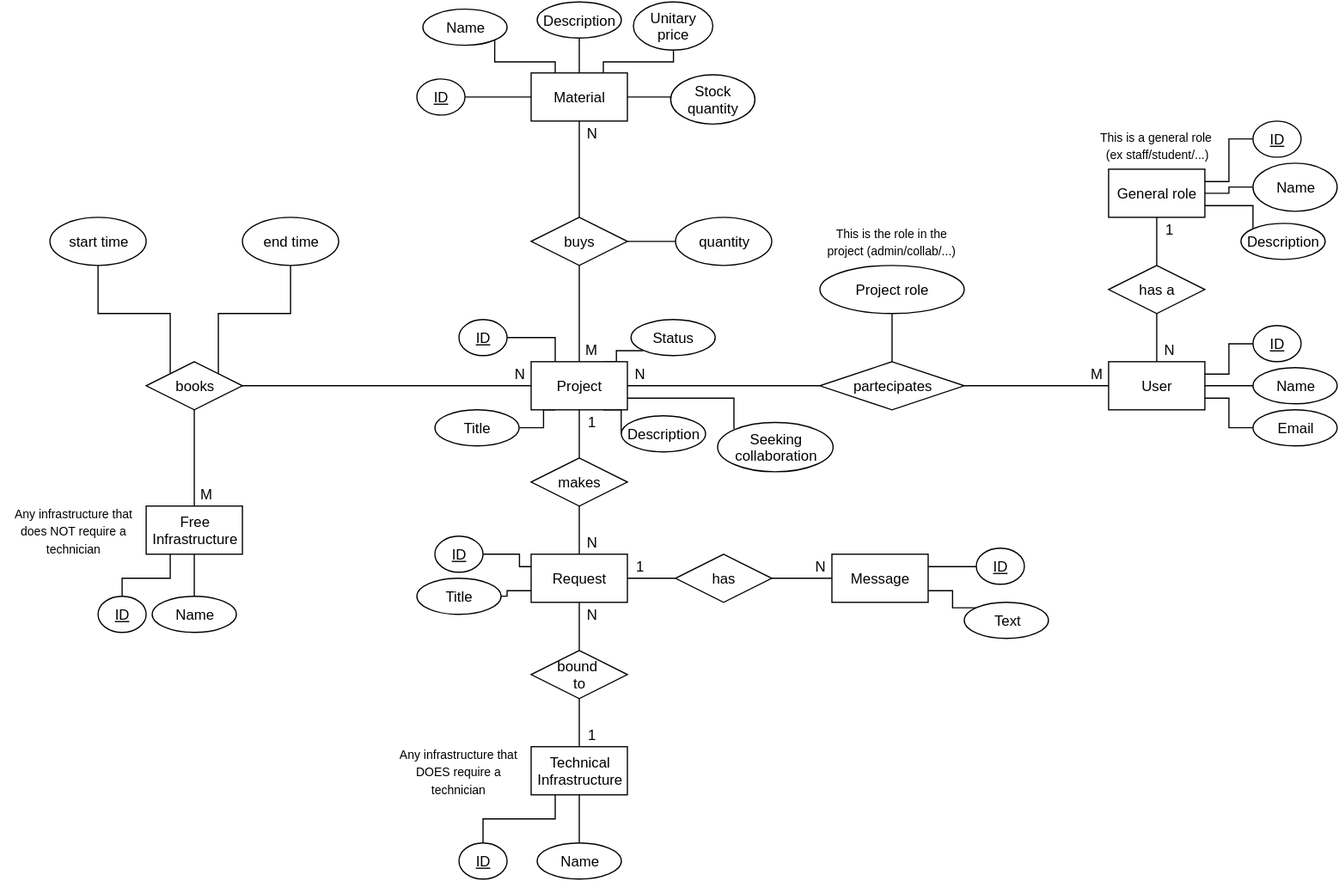
shalen-original/dbms2016-exam-project keeps this draw.io diagram as Schema/mpm-db-er-schema.svg. Above is the earlier version. Source tidied: cells renumbered, new cells last; positions are measured from the earlier drawing's top-left corner, leaving out a move shared by most shapes.
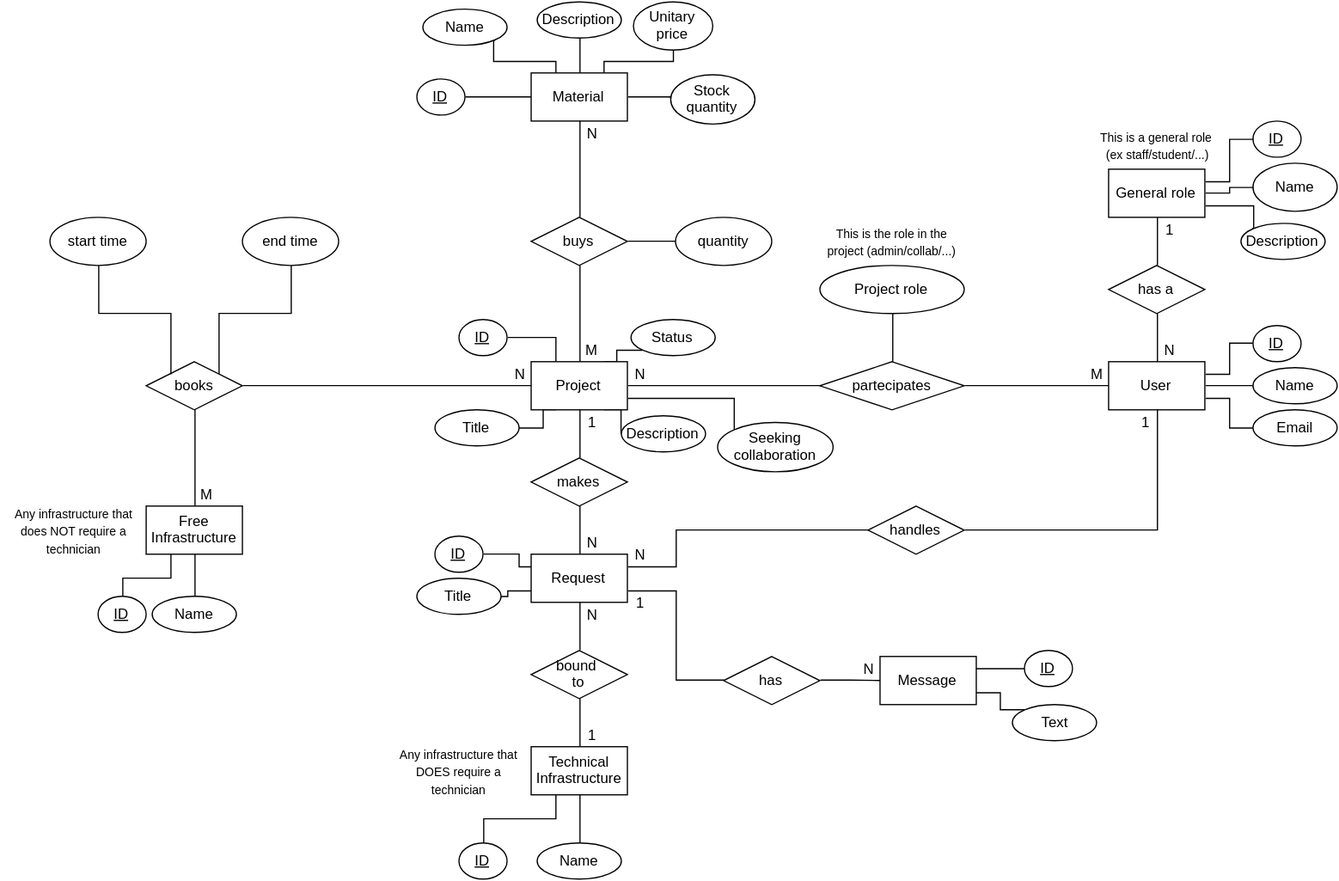
Above is the later version.

Commit message:
Schema updated: now each request is handled by a technician

Change to the diagram source:
```diff
@@ -93,8 +93,13 @@
     <mxCell id="23" style="edgeStyle=orthogonalEdgeStyle;rounded=0;html=1;exitX=0.5;exitY=1;endArrow=none;endFill=0;jettySize=auto;entryX=0.5;entryY=0;" parent="1" edge="1" source="27" target="75">
       <mxGeometry relative="1" as="geometry" />
     </mxCell>
-    <mxCell id="24" style="edgeStyle=orthogonalEdgeStyle;rounded=0;html=1;exitX=1;exitY=0.5;endArrow=none;endFill=0;jettySize=auto;entryX=0;entryY=0.5;" parent="1" edge="1" source="27" target="74">
-      <mxGeometry relative="1" as="geometry" />
+    <mxCell id="24" style="edgeStyle=orthogonalEdgeStyle;rounded=0;html=1;endArrow=none;endFill=0;jettySize=auto;entryX=0;entryY=0.5;exitX=1;exitY=0.75;" parent="1" edge="1" source="27" target="74">
+      <mxGeometry relative="1" as="geometry">
+        <Array as="points">
+          <mxPoint x="560" y="489" />
+          <mxPoint x="560" y="564" />
+        </Array>
+      </mxGeometry>
     </mxCell>
     <mxCell id="25" style="edgeStyle=orthogonalEdgeStyle;rounded=0;html=1;exitX=0;exitY=0.25;entryX=1;entryY=0.5;endArrow=none;endFill=0;jettySize=auto;" parent="1" edge="1" source="27" target="95">
       <mxGeometry relative="1" as="geometry">
@@ -129,13 +134,13 @@
     <mxCell id="30" style="edgeStyle=orthogonalEdgeStyle;rounded=0;html=1;exitX=1;exitY=0.75;entryX=0;entryY=0;endArrow=none;endFill=0;jettySize=auto;" parent="1" edge="1" source="31" target="85">
       <mxGeometry relative="1" as="geometry">
         <Array as="points">
-          <mxPoint x="790" y="489" />
-          <mxPoint x="790" y="503" />
+          <mxPoint x="830" y="574" />
+          <mxPoint x="830" y="588" />
         </Array>
       </mxGeometry>
     </mxCell>
     <mxCell id="31" value="Message" style="whiteSpace=wrap;html=1;" parent="1" vertex="1">
-      <mxGeometry x="690" y="459" width="80" height="40" as="geometry" />
+      <mxGeometry x="730" y="544" width="80" height="40" as="geometry" />
     </mxCell>
     <mxCell id="32" value="partecipates" style="rhombus;whiteSpace=wrap;html=1;" parent="1" vertex="1">
       <mxGeometry x="680" y="299" width="120" height="40" as="geometry" />
@@ -187,7 +192,7 @@
     </mxCell>
     <mxCell id="48" style="edgeStyle=orthogonalEdgeStyle;rounded=0;html=1;endArrow=none;endFill=0;jettySize=auto;exitX=1;exitY=0.5;" parent="1" edge="1" source="74">
       <mxGeometry relative="1" as="geometry">
-        <mxPoint x="690" y="479" as="targetPoint" />
+        <mxPoint x="730" y="564" as="targetPoint" />
       </mxGeometry>
     </mxCell>
     <mxCell id="49" style="group;" parent="1" vertex="1">
@@ -239,10 +244,10 @@
       <mxGeometry x="480" y="279" width="20" height="20" as="geometry" />
     </mxCell>
     <mxCell id="65" value="1" style="text;html=1;strokeColor=none;fillColor=none;align=center;verticalAlign=middle;whiteSpace=wrap;rounded=0;shadow=0;glass=0;comic=0;" parent="1" vertex="1">
-      <mxGeometry x="520" y="459" width="20" height="20" as="geometry" />
+      <mxGeometry x="520" y="489" width="20" height="20" as="geometry" />
     </mxCell>
     <mxCell id="66" value="N" style="text;html=1;strokeColor=none;fillColor=none;align=center;verticalAlign=middle;whiteSpace=wrap;rounded=0;shadow=0;glass=0;comic=0;" parent="1" vertex="1">
-      <mxGeometry x="670" y="459" width="20" height="20" as="geometry" />
+      <mxGeometry x="710" y="544" width="20" height="20" as="geometry" />
     </mxCell>
     <mxCell id="67" value="N" style="text;html=1;strokeColor=none;fillColor=none;align=center;verticalAlign=middle;whiteSpace=wrap;rounded=0;shadow=0;glass=0;comic=0;" parent="1" vertex="1">
       <mxGeometry x="480" y="499" width="20" height="20" as="geometry" />
@@ -266,7 +271,7 @@
       <mxGeometry x="440" y="379" width="80" height="40" as="geometry" />
     </mxCell>
     <mxCell id="74" value="has" style="rhombus;whiteSpace=wrap;html=1;" parent="1" vertex="1">
-      <mxGeometry x="560" y="459" width="80" height="40" as="geometry" />
+      <mxGeometry x="600" y="544" width="80" height="40" as="geometry" />
     </mxCell>
     <mxCell id="75" value="bound&amp;nbsp;&lt;div&gt;to&lt;/div&gt;" style="rhombus;whiteSpace=wrap;html=1;" parent="1" vertex="1">
       <mxGeometry x="440" y="539" width="80" height="40" as="geometry" />
@@ -296,10 +301,10 @@
       <mxGeometry x="445" y="699" width="70" height="30" as="geometry" />
     </mxCell>
     <mxCell id="84" value="&lt;u&gt;ID&lt;/u&gt;" style="ellipse;whiteSpace=wrap;html=1;" parent="1" vertex="1">
-      <mxGeometry x="810" y="454" width="40" height="30" as="geometry" />
+      <mxGeometry x="850" y="539" width="40" height="30" as="geometry" />
     </mxCell>
     <mxCell id="85" value="Text" style="ellipse;whiteSpace=wrap;html=1;" parent="1" vertex="1">
-      <mxGeometry x="800" y="499" width="70" height="30" as="geometry" />
+      <mxGeometry x="840" y="584" width="70" height="30" as="geometry" />
     </mxCell>
     <mxCell id="86" value="&lt;u&gt;ID&lt;/u&gt;" style="ellipse;whiteSpace=wrap;html=1;" parent="1" vertex="1">
       <mxGeometry x="1040" y="269" width="40" height="30" as="geometry" />
@@ -368,5 +373,25 @@
     <mxCell id="106" value="Seeking&lt;div&gt;collaboration&lt;/div&gt;" style="ellipse;whiteSpace=wrap;html=1;" parent="1" vertex="1">
       <mxGeometry x="595" y="349" width="96" height="41" as="geometry" />
     </mxCell>
+    <mxCell id="107" style="edgeStyle=orthogonalEdgeStyle;rounded=0;html=1;exitX=1;exitY=0.5;entryX=0.5;entryY=1;endArrow=none;endFill=0;jettySize=auto;" parent="1" edge="1" source="109" target="15">
+      <mxGeometry relative="1" as="geometry" />
+    </mxCell>
+    <mxCell id="108" style="edgeStyle=orthogonalEdgeStyle;rounded=0;html=1;exitX=0;exitY=0.5;endArrow=none;endFill=0;jettySize=auto;entryX=1;entryY=0.25;" parent="1" edge="1" source="109" target="27">
+      <mxGeometry relative="1" as="geometry">
+        <Array as="points">
+          <mxPoint x="561" y="439" />
+          <mxPoint x="561" y="469" />
+        </Array>
+      </mxGeometry>
+    </mxCell>
+    <mxCell id="109" value="handles" style="rhombus;whiteSpace=wrap;html=1;" parent="1" vertex="1">
+      <mxGeometry x="720" y="419" width="80" height="40" as="geometry" />
+    </mxCell>
+    <mxCell id="110" value="N" style="text;html=1;strokeColor=none;fillColor=none;align=center;verticalAlign=middle;whiteSpace=wrap;rounded=0;shadow=0;glass=0;comic=0;" parent="1" vertex="1">
+      <mxGeometry x="520" y="449" width="20" height="20" as="geometry" />
+    </mxCell>
+    <mxCell id="111" value="1" style="text;html=1;strokeColor=none;fillColor=none;align=center;verticalAlign=middle;whiteSpace=wrap;rounded=0;shadow=0;glass=0;comic=0;" parent="1" vertex="1">
+      <mxGeometry x="940" y="339" width="20" height="20" as="geometry" />
+    </mxCell>
   </root>
 </mxGraphModel>
```
